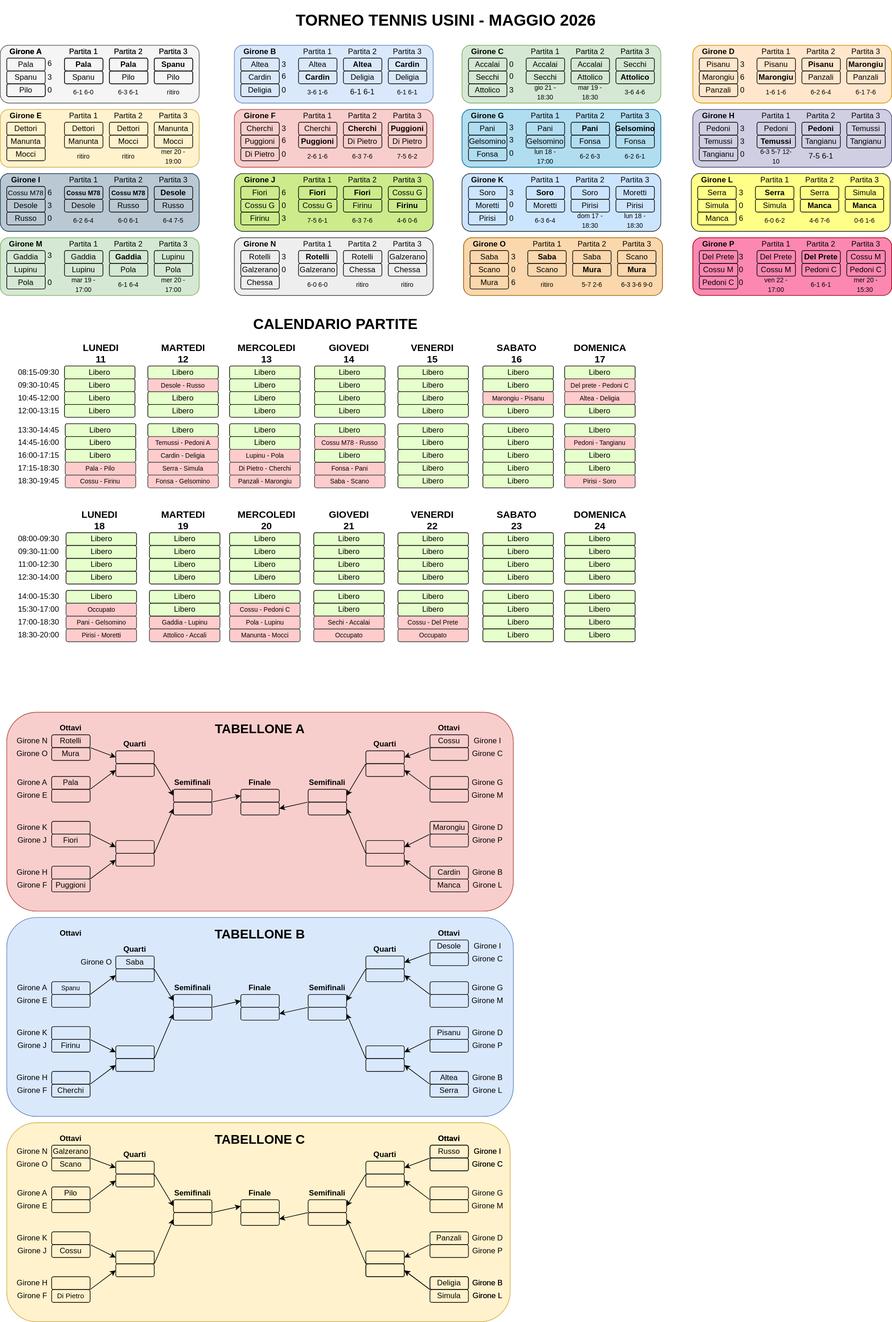
Above: torneo-tennis-2026/tabellone.drawio.svg in cscalaresu/tornei (draw.io), before the change. Source tidied: cells renumbered, new cells last; positions are measured from the earlier drawing's top-left corner, leaving out a move shared by most shapes.
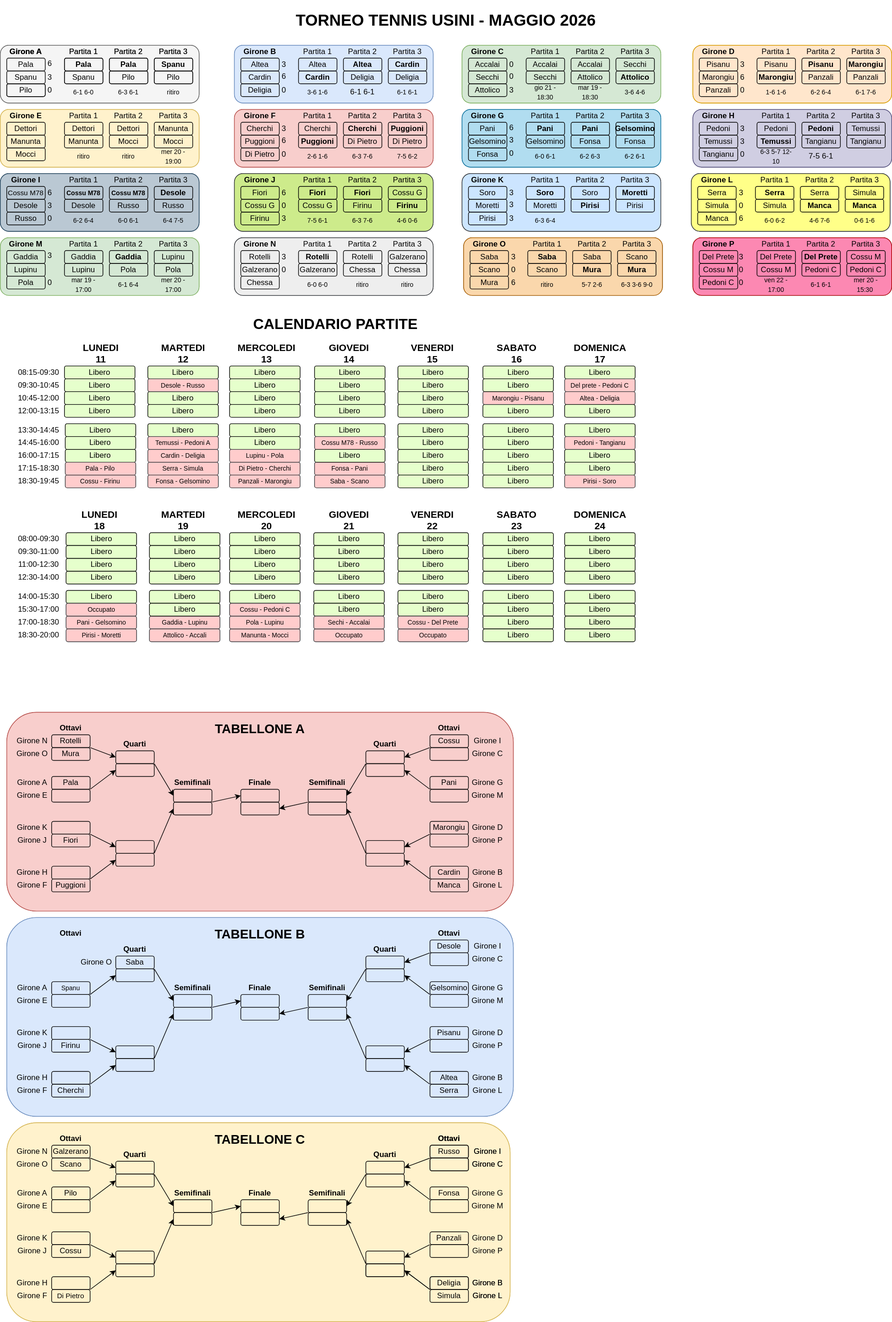
The same file after the commit.

Change to the diagram source:
```diff
@@ -371,7 +371,7 @@
     <mxCell id="124" value="Fonsa" style="rounded=1;whiteSpace=wrap;html=1;fillColor=none;" parent="1" vertex="1">
       <mxGeometry x="730" y="230" width="60" height="20" as="geometry" />
     </mxCell>
-    <mxCell id="125" value="Pani" style="rounded=1;whiteSpace=wrap;html=1;fillColor=none;fontStyle=0;" parent="1" vertex="1">
+    <mxCell id="125" value="Pani" style="rounded=1;whiteSpace=wrap;html=1;fillColor=none;fontStyle=1;" parent="1" vertex="1">
       <mxGeometry x="820" y="190" width="60" height="20" as="geometry" />
     </mxCell>
     <mxCell id="126" value="Pani" style="rounded=1;whiteSpace=wrap;html=1;fillColor=none;fontStyle=1;" parent="1" vertex="1">
@@ -539,7 +539,7 @@
     <mxCell id="180" value="Moretti" style="rounded=1;whiteSpace=wrap;html=1;fillColor=none;" parent="1" vertex="1">
       <mxGeometry x="820" y="310" width="60" height="20" as="geometry" />
     </mxCell>
-    <mxCell id="181" value="Moretti" style="rounded=1;whiteSpace=wrap;html=1;fillColor=none;" parent="1" vertex="1">
+    <mxCell id="181" value="Moretti" style="rounded=1;whiteSpace=wrap;html=1;fillColor=none;fontStyle=1;" parent="1" vertex="1">
       <mxGeometry x="960" y="290" width="60" height="20" as="geometry" />
     </mxCell>
     <mxCell id="182" value="Lupinu" style="rounded=1;whiteSpace=wrap;html=1;fillColor=none;" parent="1" vertex="1">
@@ -593,7 +593,7 @@
     <mxCell id="198" value="Puggioni" style="rounded=1;whiteSpace=wrap;html=1;fillColor=none;fontStyle=1;" parent="1" vertex="1">
       <mxGeometry x="605" y="190" width="60" height="20" as="geometry" />
     </mxCell>
-    <mxCell id="199" value="Pirisi" style="rounded=1;whiteSpace=wrap;html=1;fillColor=none;" parent="1" vertex="1">
+    <mxCell id="199" value="Pirisi" style="rounded=1;whiteSpace=wrap;html=1;fillColor=none;fontStyle=1;" parent="1" vertex="1">
       <mxGeometry x="890" y="310" width="60" height="20" as="geometry" />
     </mxCell>
     <mxCell id="200" value="Pirisi" style="rounded=1;whiteSpace=wrap;html=1;fillColor=none;" parent="1" vertex="1">
@@ -1585,7 +1585,7 @@
     <mxCell id="526" style="rounded=1;whiteSpace=wrap;html=1;fillColor=none;" parent="1" vertex="1">
       <mxGeometry x="670" y="1165" width="60" height="20" as="geometry" />
     </mxCell>
-    <mxCell id="527" style="rounded=1;whiteSpace=wrap;html=1;fillColor=none;fontStyle=1;" parent="1" vertex="1">
+    <mxCell id="527" value="&lt;span style=&quot;font-weight: normal;&quot;&gt;Pani&lt;/span&gt;" style="rounded=1;whiteSpace=wrap;html=1;fillColor=none;fontStyle=1;" parent="1" vertex="1">
       <mxGeometry x="670" y="1210" width="60" height="20" as="geometry" />
     </mxCell>
     <mxCell id="528" style="rounded=1;whiteSpace=wrap;html=1;fillColor=none;fontStyle=1;" parent="1" vertex="1">
@@ -1782,7 +1782,7 @@
     <mxCell id="591" style="rounded=1;whiteSpace=wrap;html=1;fillColor=none;" parent="1" vertex="1">
       <mxGeometry x="670" y="1485" width="60" height="20" as="geometry" />
     </mxCell>
-    <mxCell id="592" style="rounded=1;whiteSpace=wrap;html=1;fillColor=none;" parent="1" vertex="1">
+    <mxCell id="592" value="Gelsomino" style="rounded=1;whiteSpace=wrap;html=1;fillColor=none;" parent="1" vertex="1">
       <mxGeometry x="670" y="1530" width="60" height="20" as="geometry" />
     </mxCell>
     <mxCell id="593" style="rounded=1;whiteSpace=wrap;html=1;fillColor=none;" parent="1" vertex="1">
@@ -1970,7 +1970,7 @@
     <mxCell id="653" value="&lt;b&gt;Semifinali&lt;/b&gt;" style="text;html=1;align=center;verticalAlign=middle;whiteSpace=wrap;rounded=0;" parent="1" vertex="1">
       <mxGeometry x="480" y="1845" width="60" height="30" as="geometry" />
     </mxCell>
-    <mxCell id="654" style="rounded=1;whiteSpace=wrap;html=1;fillColor=none;" parent="1" vertex="1">
+    <mxCell id="654" value="Fonsa" style="rounded=1;whiteSpace=wrap;html=1;fillColor=none;" parent="1" vertex="1">
       <mxGeometry x="670" y="1850" width="60" height="20" as="geometry" />
     </mxCell>
     <mxCell id="655" style="rounded=1;whiteSpace=wrap;html=1;fillColor=none;" parent="1" vertex="1">
@@ -2291,12 +2291,6 @@
     <mxCell id="759" value="&lt;font size=&quot;1&quot;&gt;6-1 7-6&lt;/font&gt;" style="text;html=1;whiteSpace=wrap;strokeColor=none;fillColor=none;align=center;verticalAlign=middle;rounded=0;" parent="1" vertex="1">
       <mxGeometry x="1320" y="130" width="60" height="25" as="geometry" />
     </mxCell>
-    <mxCell id="760" value="&lt;font size=&quot;1&quot;&gt;dom 17 - 18:30&lt;/font&gt;" style="text;html=1;whiteSpace=wrap;strokeColor=none;fillColor=none;align=center;verticalAlign=middle;rounded=0;" parent="1" vertex="1">
-      <mxGeometry x="890" y="330" width="60" height="25" as="geometry" />
-    </mxCell>
-    <mxCell id="761" value="&lt;font size=&quot;1&quot;&gt;lun 18 - 18:30&lt;/font&gt;" style="text;html=1;whiteSpace=wrap;strokeColor=none;fillColor=none;align=center;verticalAlign=middle;rounded=0;" parent="1" vertex="1">
-      <mxGeometry x="960" y="330" width="60" height="25" as="geometry" />
-    </mxCell>
     <mxCell id="762" value="&lt;font style=&quot;font-size: 10px;&quot;&gt;6-3 3-6 9-0&lt;/font&gt;" style="text;html=1;whiteSpace=wrap;strokeColor=none;fillColor=none;align=center;verticalAlign=middle;rounded=0;" parent="1" vertex="1">
       <mxGeometry x="962.5" y="430" width="60" height="25" as="geometry" />
     </mxCell>
@@ -2429,7 +2423,7 @@
     <mxCell id="805" value="&lt;font style=&quot;font-size: 10px;&quot;&gt;Pani - Gelsomino&lt;/font&gt;" style="rounded=1;whiteSpace=wrap;html=1;fillColor=#ffcccc;strokeColor=#36393d;" parent="1" vertex="1">
       <mxGeometry x="102.5" y="960" width="110" height="20" as="geometry" />
     </mxCell>
-    <mxCell id="806" value="&lt;font style=&quot;font-size: 10px;&quot;&gt;lun 18 - 17:00&lt;/font&gt;" style="text;html=1;whiteSpace=wrap;strokeColor=none;fillColor=none;align=center;verticalAlign=middle;rounded=0;" parent="1" vertex="1">
+    <mxCell id="806" value="&lt;font style=&quot;font-size: 10px;&quot;&gt;6-0 6-1&lt;/font&gt;" style="text;html=1;whiteSpace=wrap;strokeColor=none;fillColor=none;align=center;verticalAlign=middle;rounded=0;" parent="1" vertex="1">
       <mxGeometry x="820" y="230" width="60" height="25" as="geometry" />
     </mxCell>
     <mxCell id="807" value="&lt;font style=&quot;font-size: 10px;&quot;&gt;Temussi - Pedoni A&lt;/font&gt;" style="rounded=1;whiteSpace=wrap;html=1;fillColor=#ffcccc;strokeColor=#36393d;" parent="1" vertex="1">
@@ -2474,10 +2468,10 @@
     <mxCell id="820" value="3" style="text;html=1;whiteSpace=wrap;strokeColor=none;fillColor=none;align=center;verticalAlign=middle;rounded=0;" parent="1" vertex="1">
       <mxGeometry x="435" y="87.5" width="15" height="25" as="geometry" />
     </mxCell>
-    <mxCell id="821" value="0" style="text;html=1;whiteSpace=wrap;strokeColor=none;fillColor=none;align=center;verticalAlign=middle;rounded=0;" parent="1" vertex="1">
+    <mxCell id="821" value="3" style="text;html=1;whiteSpace=wrap;strokeColor=none;fillColor=none;align=center;verticalAlign=middle;rounded=0;" parent="1" vertex="1">
       <mxGeometry x="790" y="307.5" width="15" height="22.5" as="geometry" />
     </mxCell>
-    <mxCell id="822" value="0" style="text;html=1;whiteSpace=wrap;strokeColor=none;fillColor=none;align=center;verticalAlign=middle;rounded=0;" parent="1" vertex="1">
+    <mxCell id="822" value="3" style="text;html=1;whiteSpace=wrap;strokeColor=none;fillColor=none;align=center;verticalAlign=middle;rounded=0;" parent="1" vertex="1">
       <mxGeometry x="790" y="327.5" width="15" height="25" as="geometry" />
     </mxCell>
     <mxCell id="823" value="3" style="text;html=1;whiteSpace=wrap;strokeColor=none;fillColor=none;align=center;verticalAlign=middle;rounded=0;" parent="1" vertex="1">
@@ -2657,7 +2651,7 @@
     <mxCell id="881" value="0" style="text;html=1;whiteSpace=wrap;strokeColor=none;fillColor=none;align=center;verticalAlign=middle;rounded=0;" parent="1" vertex="1">
       <mxGeometry x="790" y="226.2" width="15" height="25" as="geometry" />
     </mxCell>
-    <mxCell id="882" value="3" style="text;html=1;whiteSpace=wrap;strokeColor=none;fillColor=none;align=center;verticalAlign=middle;rounded=0;" parent="1" vertex="1">
+    <mxCell id="882" value="6" style="text;html=1;whiteSpace=wrap;strokeColor=none;fillColor=none;align=center;verticalAlign=middle;rounded=0;" parent="1" vertex="1">
       <mxGeometry x="790" y="186.2" width="15" height="25" as="geometry" />
     </mxCell>
     <mxCell id="883" value="&lt;font style=&quot;font-size: 10px;&quot;&gt;Occupato&lt;/font&gt;" style="rounded=1;whiteSpace=wrap;html=1;fillColor=#ffcccc;strokeColor=#36393d;" parent="1" vertex="1">
```
